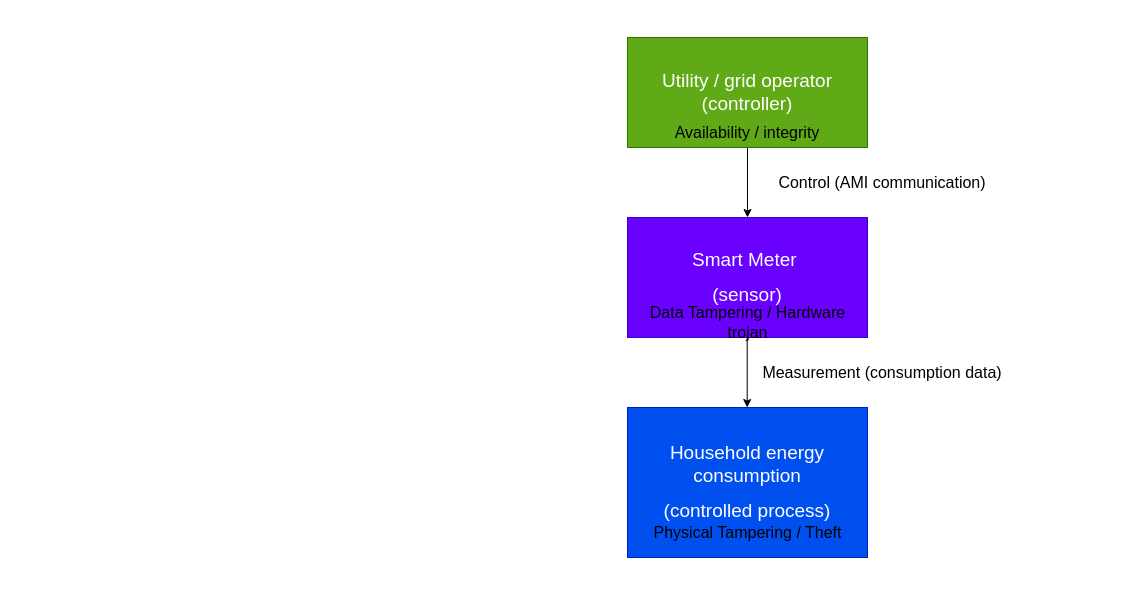
Earlier version of the draw.io diagram docs/Diagrama be pavadinimo.drawio (DominykasPivo/QC-Vision). Source tidied: cells renumbered, new cells numbered last; positions are measured from the earlier drawing's top-left corner, leaving out a move shared by most shapes. Both pictures are drawn from the tidied source at 100%, with x=0, y=0 at pixel (627, 37).
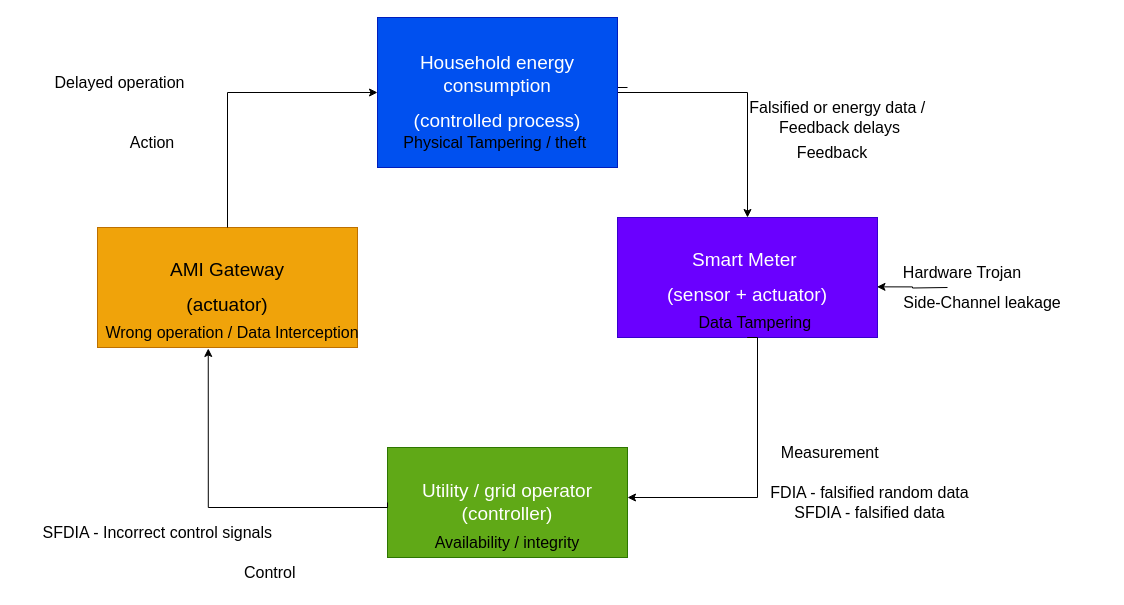
After the change.

Diff of the diagram source:
```diff
@@
-    <mxCell id="2" style="edgeStyle=orthogonalEdgeStyle;rounded=0;jettySize=auto;html=1;entryX=0.5;entryY=0;entryDx=0;entryDy=0;" parent="1" edge="1" source="3" target="5">
-      <mxGeometry relative="1" as="geometry" />
+    <mxCell id="2" style="edgeStyle=orthogonalEdgeStyle;rounded=0;jettySize=auto;html=1;entryX=0.5;entryY=0;entryDx=0;entryDy=0;" parent="1" edge="1" target="5">
+      <mxGeometry relative="1" as="geometry">
+        <mxPoint y="50" as="sourcePoint" />
+        <Array as="points">
+          <mxPoint x="-10" y="50" />
+          <mxPoint x="-10" y="55" />
+          <mxPoint x="120" y="55" />
+        </Array>
+      </mxGeometry>
     </mxCell>
     <mxCell id="3" value="&lt;p&gt;&lt;font style=&quot;font-size: 19px;&quot;&gt;Utility / grid operator (controller)&lt;/font&gt;&lt;/p&gt;" style="rounded=0;whiteSpace=wrap;html=1;fillColor=#60a917;fontColor=#ffffff;strokeColor=#2D7600;" parent="1" vertex="1">
-      <mxGeometry width="240" height="110" as="geometry" />
+      <mxGeometry x="-240" y="410" width="240" height="110" as="geometry" />
     </mxCell>
     <mxCell id="4" value="Availability / integrity" style="text;html=1;whiteSpace=wrap;strokeColor=none;fillColor=none;align=center;verticalAlign=middle;rounded=0;fontSize=16;" parent="1" vertex="1">
-      <mxGeometry x="45" y="80" width="150" height="30" as="geometry" />
+      <mxGeometry x="-195" y="490" width="150" height="30" as="geometry" />
     </mxCell>
-    <mxCell id="5" value="&lt;p&gt;&lt;font style=&quot;font-size: 19px;&quot;&gt;Smart Meter&amp;nbsp;&lt;/font&gt;&lt;/p&gt;&lt;p&gt;&lt;font style=&quot;font-size: 19px;&quot;&gt;(sensor)&lt;/font&gt;&lt;/p&gt;" style="rounded=0;whiteSpace=wrap;html=1;fillColor=#6a00ff;fontColor=#ffffff;strokeColor=#3700CC;" parent="1" vertex="1">
-      <mxGeometry y="180" width="240" height="120" as="geometry" />
+    <mxCell id="5" value="&lt;p&gt;&lt;font style=&quot;font-size: 19px;&quot;&gt;Smart Meter&amp;nbsp;&lt;/font&gt;&lt;/p&gt;&lt;p&gt;&lt;font style=&quot;font-size: 19px;&quot;&gt;(sensor + actuator)&lt;/font&gt;&lt;/p&gt;" style="rounded=0;whiteSpace=wrap;html=1;fillColor=#6a00ff;fontColor=#ffffff;strokeColor=#3700CC;" parent="1" vertex="1">
+      <mxGeometry x="-10" y="180" width="260" height="120" as="geometry" />
     </mxCell>
-    <mxCell id="6" value="&lt;font style=&quot;color: light-dark(rgb(0, 0, 0), rgb(65, 52, 255));&quot;&gt;Data Tampering / Hardware trojan&lt;/font&gt;" style="text;html=1;whiteSpace=wrap;strokeColor=none;fillColor=none;align=center;verticalAlign=middle;rounded=0;fontSize=16;" parent="1" vertex="1">
-      <mxGeometry x="17.5" y="270" width="205" height="30" as="geometry" />
+    <mxCell id="6" value="&lt;font style=&quot;color: light-dark(rgb(0, 0, 0), rgb(65, 52, 255));&quot;&gt;Data Tampering&amp;nbsp;&lt;/font&gt;" style="text;html=1;whiteSpace=wrap;strokeColor=none;fillColor=none;align=center;verticalAlign=middle;rounded=0;fontSize=16;" parent="1" vertex="1">
+      <mxGeometry y="270" width="260" height="30" as="geometry" />
     </mxCell>
-    <mxCell id="7" value="Control (AMI communication)" style="text;html=1;whiteSpace=wrap;strokeColor=none;fillColor=none;align=center;verticalAlign=middle;rounded=0;fontSize=16;" parent="1" vertex="1">
-      <mxGeometry x="130" y="130" width="250" height="30" as="geometry" />
+    <mxCell id="7" value="Feedback" style="text;html=1;whiteSpace=wrap;strokeColor=none;fillColor=none;align=center;verticalAlign=middle;rounded=0;fontSize=16;" parent="1" vertex="1">
+      <mxGeometry x="80" y="100" width="250" height="30" as="geometry" />
     </mxCell>
-    <mxCell id="8" style="edgeStyle=orthogonalEdgeStyle;rounded=0;orthogonalLoop=1;jettySize=auto;html=1;entryX=0.5;entryY=0;entryDx=0;entryDy=0;" parent="1" edge="1">
+    <mxCell id="8" style="edgeStyle=orthogonalEdgeStyle;rounded=0;orthogonalLoop=1;jettySize=auto;html=1;" parent="1" edge="1">
       <mxGeometry relative="1" as="geometry">
         <mxPoint x="119.7" y="300" as="sourcePoint" />
-        <mxPoint x="119.7" y="370" as="targetPoint" />
+        <mxPoint y="460" as="targetPoint" />
+        <Array as="points">
+          <mxPoint x="130" y="300" />
+          <mxPoint x="130" y="460" />
+        </Array>
       </mxGeometry>
     </mxCell>
     <mxCell id="9" value="&lt;p&gt;&lt;font style=&quot;font-size: 19px;&quot;&gt;Household energy consumption&lt;/font&gt;&lt;/p&gt;&lt;p&gt;&lt;font style=&quot;font-size: 19px;&quot;&gt;(controlled process)&lt;/font&gt;&lt;/p&gt;" style="rounded=0;whiteSpace=wrap;html=1;fillColor=#0050ef;fontColor=#ffffff;strokeColor=#001DBC;" parent="1" vertex="1">
-      <mxGeometry y="370" width="240" height="150" as="geometry" />
+      <mxGeometry x="-250" y="-20" width="240" height="150" as="geometry" />
     </mxCell>
-    <mxCell id="10" value="Measurement (consumption data)" style="text;html=1;whiteSpace=wrap;strokeColor=none;fillColor=none;align=center;verticalAlign=middle;rounded=0;fontSize=16;" parent="1" vertex="1">
-      <mxGeometry x="130" y="320" width="250" height="30" as="geometry" />
+    <mxCell id="10" value="Measurement&amp;nbsp;" style="text;html=1;whiteSpace=wrap;strokeColor=none;fillColor=none;align=center;verticalAlign=middle;rounded=0;fontSize=16;" parent="1" vertex="1">
+      <mxGeometry x="80" y="400" width="250" height="30" as="geometry" />
     </mxCell>
-    <mxCell id="11" value="&lt;font style=&quot;&quot;&gt;Physical Tampering / Theft&lt;/font&gt;" style="text;html=1;whiteSpace=wrap;strokeColor=none;fillColor=none;align=center;verticalAlign=middle;rounded=0;fontSize=16;fontColor=light-dark(#000000,#FF2424);" parent="1" vertex="1">
-      <mxGeometry x="17.5" y="480" width="205" height="30" as="geometry" />
+    <mxCell id="11" value="SFDIA - Incorrect control signals&amp;nbsp;" style="text;html=1;whiteSpace=wrap;strokeColor=none;fillColor=none;align=center;verticalAlign=middle;rounded=0;fontSize=16;fontColor=light-dark(#000000,#FF2424);" parent="1" vertex="1">
+      <mxGeometry x="-600" y="480" width="265" height="30" as="geometry" />
     </mxCell>
+    <mxCell id="12" style="edgeStyle=orthogonalEdgeStyle;rounded=0;jettySize=auto;html=1;entryX=0.998;entryY=0.578;entryDx=0;entryDy=0;entryPerimeter=0;exitX=0;exitY=0.5;exitDx=0;exitDy=0;" parent="1" edge="1" target="5">
+      <mxGeometry relative="1" as="geometry">
+        <mxPoint x="320" y="250" as="sourcePoint" />
+      </mxGeometry>
+    </mxCell>
+    <mxCell id="13" value="Hardware Trojan" style="text;html=1;whiteSpace=wrap;strokeColor=none;fillColor=none;align=center;verticalAlign=middle;rounded=0;fontSize=16;fontColor=light-dark(#000000,#FF2A4D);" parent="1" vertex="1">
+      <mxGeometry x="210" y="220" width="250" height="30" as="geometry" />
+    </mxCell>
+    <mxCell id="14" value="Side-Channel leakage" style="text;html=1;whiteSpace=wrap;strokeColor=none;fillColor=none;align=center;verticalAlign=middle;rounded=0;fontSize=16;fontColor=light-dark(#000000,#FF2A4D);" parent="1" vertex="1">
+      <mxGeometry x="230" y="250" width="250" height="30" as="geometry" />
+    </mxCell>
+    <mxCell id="15" value="&lt;font style=&quot;&quot;&gt;FDIA - falsified random data&lt;/font&gt;&lt;div&gt;&lt;font style=&quot;&quot;&gt;SFDIA - falsified data&lt;/font&gt;&lt;/div&gt;" style="text;html=1;whiteSpace=wrap;strokeColor=none;fillColor=none;align=center;verticalAlign=middle;rounded=0;fontSize=16;fontColor=light-dark(#000000,#FF2424);" parent="1" vertex="1">
+      <mxGeometry x="140" y="450" width="205" height="30" as="geometry" />
+    </mxCell>
+    <mxCell id="16" value="&lt;font style=&quot;&quot;&gt;Falsified or energy data /&amp;nbsp;&lt;/font&gt;&lt;div&gt;&lt;font style=&quot;&quot;&gt;Feedback delays&lt;/font&gt;&lt;/div&gt;" style="text;html=1;whiteSpace=wrap;strokeColor=none;fillColor=none;align=center;verticalAlign=middle;rounded=0;fontSize=16;fontColor=light-dark(#000000,#FF2424);" parent="1" vertex="1">
+      <mxGeometry x="110" y="60" width="205" height="40" as="geometry" />
+    </mxCell>
+    <mxCell id="17" value="&lt;p&gt;&lt;span style=&quot;font-size: 19px;&quot;&gt;AMI Gateway&lt;/span&gt;&lt;/p&gt;&lt;p&gt;&lt;span style=&quot;font-size: 19px;&quot;&gt;(actuator)&lt;/span&gt;&lt;/p&gt;" style="rounded=0;whiteSpace=wrap;html=1;fillColor=#f0a30a;fontColor=#000000;strokeColor=#BD7000;" parent="1" vertex="1">
+      <mxGeometry x="-530" y="190" width="260" height="120" as="geometry" />
+    </mxCell>
+    <mxCell id="18" style="edgeStyle=orthogonalEdgeStyle;rounded=0;jettySize=auto;html=1;exitX=0;exitY=0.5;exitDx=0;exitDy=0;entryX=0.426;entryY=1.008;entryDx=0;entryDy=0;entryPerimeter=0;" parent="1" edge="1" source="3" target="17">
+      <mxGeometry relative="1" as="geometry">
+        <Array as="points">
+          <mxPoint x="-240" y="470" />
+          <mxPoint x="-419" y="470" />
+        </Array>
+      </mxGeometry>
+    </mxCell>
+    <mxCell id="19" value="Control&amp;nbsp;" style="text;html=1;whiteSpace=wrap;strokeColor=none;fillColor=none;align=center;verticalAlign=middle;rounded=0;fontSize=16;" parent="1" vertex="1">
+      <mxGeometry x="-480" y="520" width="250" height="30" as="geometry" />
+    </mxCell>
+    <mxCell id="20" style="edgeStyle=orthogonalEdgeStyle;rounded=0;jettySize=auto;html=1;exitX=0.5;exitY=0;exitDx=0;exitDy=0;entryX=0;entryY=0.5;entryDx=0;entryDy=0;" parent="1" edge="1" source="17" target="9">
+      <mxGeometry relative="1" as="geometry">
+        <Array as="points">
+          <mxPoint x="-400" y="55" />
+        </Array>
+      </mxGeometry>
+    </mxCell>
+    <mxCell id="21" value="&lt;font style=&quot;color: light-dark(rgb(0, 0, 0), rgb(255, 24, 47));&quot;&gt;Wrong operation / Data Interception&lt;/font&gt;" style="text;html=1;whiteSpace=wrap;strokeColor=none;fillColor=none;align=center;verticalAlign=middle;rounded=0;fontSize=16;" parent="1" vertex="1">
+      <mxGeometry x="-550" y="280" width="310" height="30" as="geometry" />
+    </mxCell>
+    <mxCell id="22" value="Action" style="text;html=1;whiteSpace=wrap;strokeColor=none;fillColor=none;align=center;verticalAlign=middle;rounded=0;fontSize=16;" parent="1" vertex="1">
+      <mxGeometry x="-600" y="90" width="250" height="30" as="geometry" />
+    </mxCell>
+    <mxCell id="23" value="Delayed operation" style="text;html=1;whiteSpace=wrap;strokeColor=none;fillColor=none;align=center;verticalAlign=middle;rounded=0;fontSize=16;fontColor=light-dark(#000000,#FF2424);" parent="1" vertex="1">
+      <mxGeometry x="-610" y="30" width="205" height="30" as="geometry" />
+    </mxCell>
+    <mxCell id="24" value="&lt;font style=&quot;color: light-dark(rgb(0, 0, 0), rgb(255, 14, 54));&quot;&gt;Physical Tampering / theft&amp;nbsp;&lt;/font&gt;" style="text;html=1;whiteSpace=wrap;strokeColor=none;fillColor=none;align=center;verticalAlign=middle;rounded=0;fontSize=16;" parent="1" vertex="1">
+      <mxGeometry x="-260" y="90" width="260" height="30" as="geometry" />
+    </mxCell>
```
